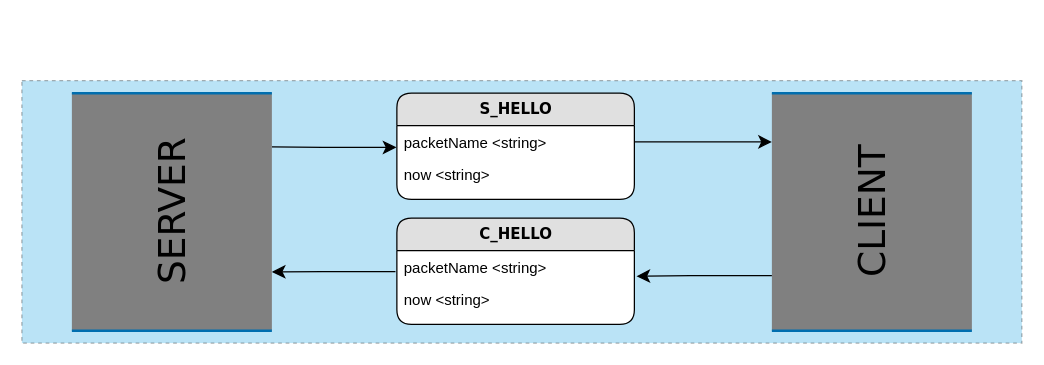
TresComaCatorce/MMORPG keeps this draw.io diagram as page "HELLO" (1 of 4) of documentation/Packets Diagram.drawio. Above is the earlier version. Source tidied: cells renumbered, new cells numbered last; positions are measured from the earlier drawing's top-left corner, leaving out a move shared by most shapes. Both pictures are drawn from the tidied source at 125%, with x=0, y=0 at pixel (21, 80).
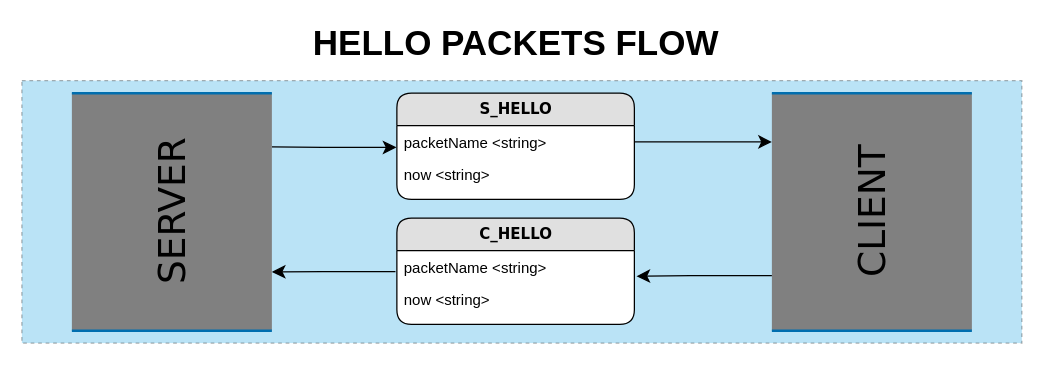
The same page after the edit.

Diff of the diagram source:
```diff
@@
 <mxGraphModel>
   <root>
     <mxCell id="0" />
     <mxCell id="1" parent="0" />
     <mxCell id="2" style="rounded=0;whiteSpace=wrap;html=1;shadow=0;fillColor=#1ba1e2;dashed=1;fontColor=#ffffff;opacity=30;" parent="1" vertex="1">
       <mxGeometry width="800" height="210" as="geometry" />
     </mxCell>
     <mxCell id="3" style="edgeStyle=orthogonalEdgeStyle;html=1;entryX=-0.002;entryY=0.669;labelBackgroundColor=none;startFill=0;startSize=8;endFill=1;endSize=8;fontFamily=Verdana;fontSize=12;entryDx=0;entryDy=0;entryPerimeter=0;" parent="1" edge="1" target="10">
       <mxGeometry relative="1" as="geometry">
         <mxPoint x="200" y="53" as="sourcePoint" />
       </mxGeometry>
     </mxCell>
     <mxCell id="4" value="&lt;span style=&quot;font-size: 30px;&quot;&gt;SERVER&lt;br style=&quot;font-size: 30px;&quot;&gt;&lt;/span&gt;" style="html=1;rounded=0;shadow=0;comic=0;labelBackgroundColor=none;strokeWidth=2;fontFamily=Verdana;fontSize=30;align=center;shape=mxgraph.ios7ui.horLines;strokeColor=#006EAF;fontColor=#000000;fillColor=#808080;fontStyle=0;labelBorderColor=none;horizontal=0;" parent="1" vertex="1">
       <mxGeometry x="40" y="10" width="160" height="190" as="geometry" />
     </mxCell>
     <mxCell id="5" style="edgeStyle=orthogonalEdgeStyle;html=1;exitX=1;exitY=0.5;labelBackgroundColor=none;startFill=0;startSize=8;endFill=1;endSize=8;fontFamily=Verdana;fontSize=12;exitDx=0;exitDy=0;" parent="1" edge="1" source="10">
       <mxGeometry relative="1" as="geometry">
         <mxPoint x="600" y="49" as="targetPoint" />
       </mxGeometry>
     </mxCell>
     <mxCell id="6" value="&lt;span style=&quot;font-size: 30px;&quot;&gt;CLIENT&lt;/span&gt;" style="html=1;rounded=0;shadow=0;comic=0;labelBackgroundColor=none;strokeWidth=2;fontFamily=Verdana;fontSize=30;align=center;shape=mxgraph.ios7ui.horLines;strokeColor=#006EAF;fontColor=#000000;fillColor=#808080;fontStyle=0;labelBorderColor=none;horizontal=0;" parent="1" vertex="1">
       <mxGeometry x="600" y="10" width="160" height="190" as="geometry" />
     </mxCell>
     <mxCell id="7" style="edgeStyle=orthogonalEdgeStyle;html=1;labelBackgroundColor=none;startFill=0;startSize=8;endFill=1;endSize=8;fontFamily=Verdana;fontSize=12;targetPerimeterSpacing=0;exitX=-0.006;exitY=0.646;exitDx=0;exitDy=0;exitPerimeter=0;" parent="1" edge="1" source="13">
       <mxGeometry relative="1" as="geometry">
         <mxPoint x="200" y="153" as="targetPoint" />
       </mxGeometry>
     </mxCell>
     <mxCell id="8" style="edgeStyle=orthogonalEdgeStyle;html=1;labelBackgroundColor=none;startFill=0;startSize=8;endFill=1;endSize=8;fontFamily=Verdana;fontSize=12;entryX=1.009;entryY=0.787;entryDx=0;entryDy=0;entryPerimeter=0;" parent="1" edge="1" target="13">
       <mxGeometry relative="1" as="geometry">
         <mxPoint x="600" y="156" as="sourcePoint" />
         <Array as="points">
           <mxPoint x="545" y="156" />
         </Array>
       </mxGeometry>
     </mxCell>
+    <mxCell id="15" value="&lt;font style=&quot;font-size: 28px&quot;&gt;&lt;b&gt;HELLO PACKETS FLOW&lt;/b&gt;&lt;/font&gt;" style="text;html=1;align=center;verticalAlign=middle;" parent="1" vertex="1">
+      <mxGeometry x="225" y="-40" width="340" height="20" as="geometry" />
+    </mxCell>
     <mxCell id="9" value="S_HELLO" style="swimlane;html=1;fontStyle=1;horizontal=1;startSize=26;fillColor=#e0e0e0;swimlaneFillColor=#ffffff;align=center;rounded=1;shadow=0;comic=0;labelBackgroundColor=none;strokeWidth=1;fontFamily=Verdana;fontSize=12;fontColor=#000000;" parent="1" vertex="1">
       <mxGeometry x="300" y="10" width="190" height="85" as="geometry" />
     </mxCell>
     <mxCell id="10" value="packetName &amp;lt;string&amp;gt;" style="text;html=1;strokeColor=none;fillColor=none;spacingLeft=4;spacingRight=4;whiteSpace=wrap;overflow=hidden;points=[[0,0.5],[1,0.5]];portConstraint=eastwest;fontColor=#000000;" parent="9" vertex="1">
       <mxGeometry y="26" width="190" height="26" as="geometry" />
     </mxCell>
     <mxCell id="11" value="now &amp;lt;string&amp;gt;" style="text;html=1;strokeColor=none;fillColor=none;spacingLeft=4;spacingRight=4;whiteSpace=wrap;overflow=hidden;fontColor=#000000;" parent="9" vertex="1">
       <mxGeometry y="52" width="190" height="26" as="geometry" />
     </mxCell>
     <mxCell id="12" value="C_HELLO" style="swimlane;html=1;fontStyle=1;horizontal=1;startSize=26;fillColor=#e0e0e0;swimlaneFillColor=#ffffff;align=center;rounded=1;shadow=0;comic=0;labelBackgroundColor=none;strokeWidth=1;fontFamily=Verdana;fontSize=12;fontColor=#000000;" parent="1" vertex="1">
       <mxGeometry x="300" y="110" width="190" height="85" as="geometry" />
     </mxCell>
     <mxCell id="13" value="packetName &amp;lt;string&amp;gt;" style="text;html=1;strokeColor=none;fillColor=none;spacingLeft=4;spacingRight=4;whiteSpace=wrap;overflow=hidden;points=[[0,0.5],[1,0.5]];portConstraint=eastwest;fontColor=#000000;" parent="12" vertex="1">
       <mxGeometry y="26" width="190" height="26" as="geometry" />
     </mxCell>
     <mxCell id="14" value="now &amp;lt;string&amp;gt;" style="text;html=1;strokeColor=none;fillColor=none;spacingLeft=4;spacingRight=4;whiteSpace=wrap;overflow=hidden;fontColor=#000000;" parent="12" vertex="1">
       <mxGeometry y="52" width="190" height="26" as="geometry" />
     </mxCell>
   </root>
 </mxGraphModel>
```
